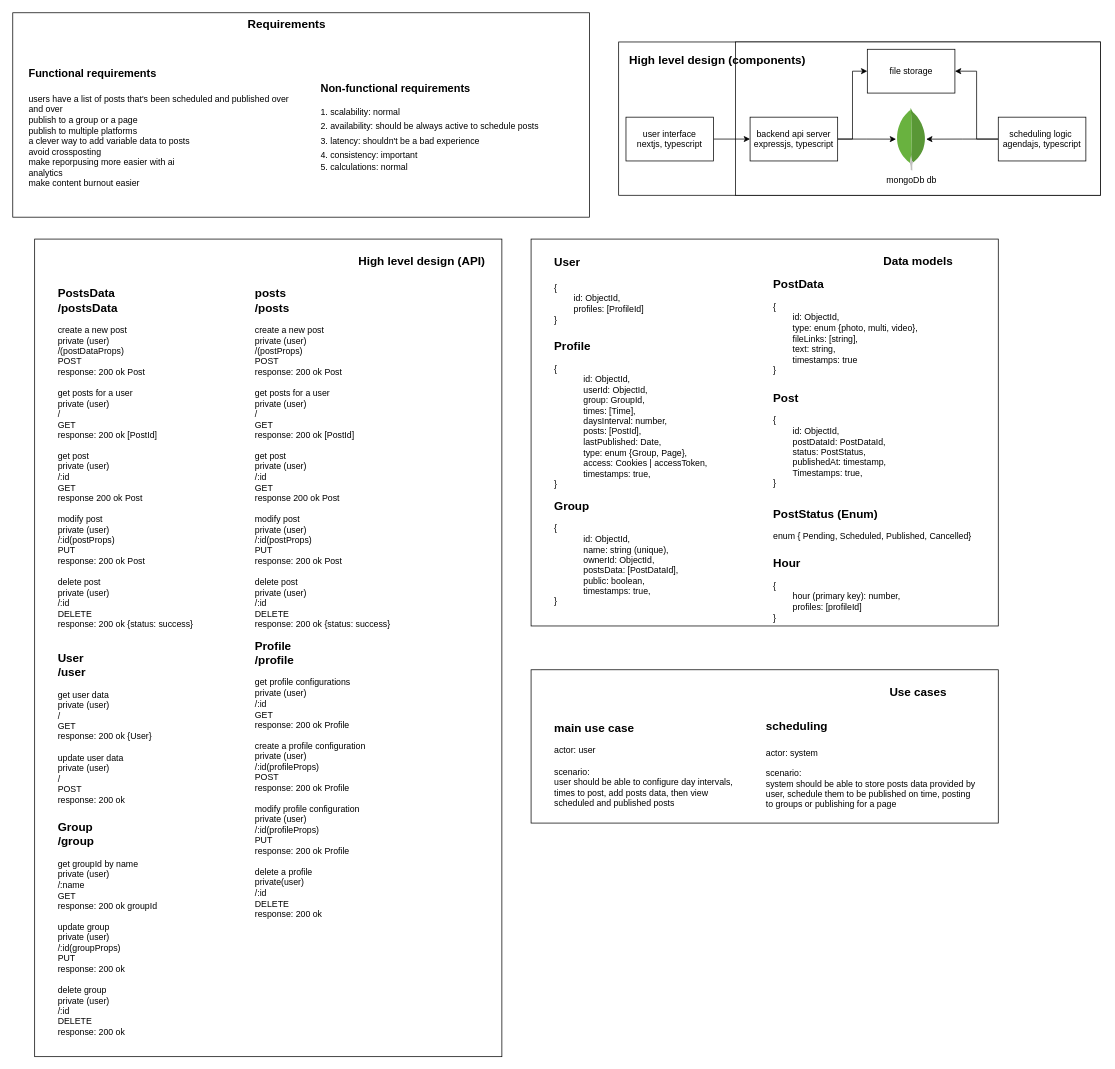
The draw.io diagram page "high-level" (1 of 4) of auto-post.drawio in ahmed-elbehairy7/pamylka-system-design, before the edit. Source tidied: cells renumbered, new cells numbered last; positions are measured from the earlier drawing's top-left corner, leaving out a move shared by most shapes. Both pictures are drawn from the tidied source at 73%, with x=0, y=0 at pixel (12, 12).
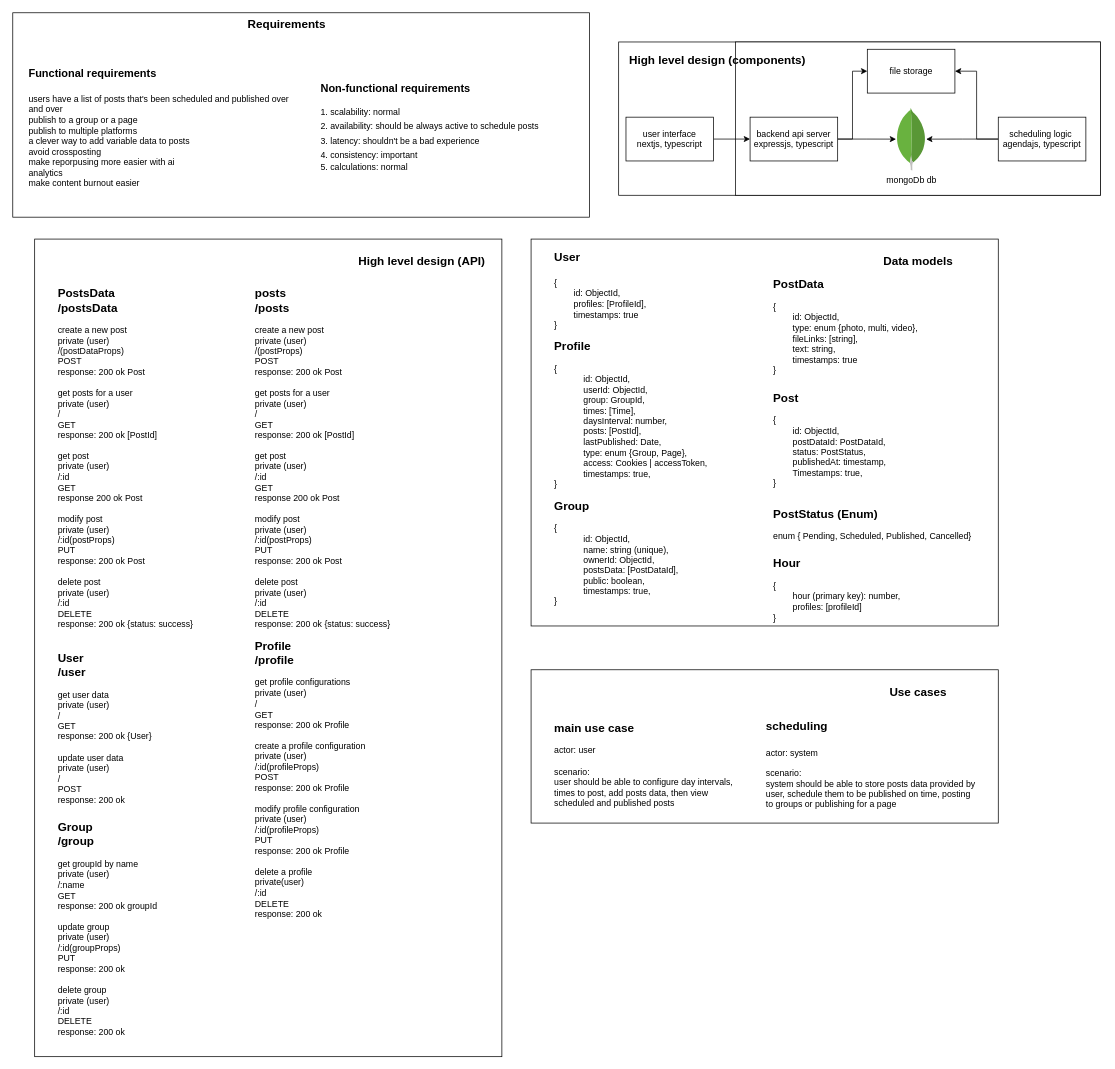
Above is the later version.

Unchanged cells that the change refers to:
```xml
<mxCell id="16" style="group;" parent="1" vertex="1">
  <mxGeometry x="30" y="310" width="640" height="1120" as="geometry" />
</mxCell>
<mxCell id="34" style="group;" parent="1" vertex="1">
  <mxGeometry x="710" y="310" width="640" height="560" as="geometry" />
</mxCell>
```

The edit, as a diff of the source:
```diff
@@
-    <mxCell id="20" value="&lt;div&gt;&lt;span style=&quot;font-size: 16px;&quot;&gt;&lt;b&gt;Profile&lt;/b&gt;&lt;/span&gt;&lt;/div&gt;&lt;div&gt;&lt;b style=&quot;font-size: 16px; background-color: transparent; color: light-dark(rgb(0, 0, 0), rgb(255, 255, 255));&quot;&gt;/profile&lt;/b&gt;&lt;/div&gt;&lt;div&gt;&lt;br&gt;&lt;/div&gt;&lt;div&gt;get profile configurations&lt;/div&gt;&lt;div&gt;&lt;span style=&quot;background-color: transparent; color: light-dark(rgb(0, 0, 0), rgb(255, 255, 255));&quot;&gt;private (user)&lt;/span&gt;&lt;/div&gt;&lt;div&gt;/:id&lt;/div&gt;&lt;div&gt;GET&lt;/div&gt;&lt;div&gt;response: 200 ok Profile&lt;/div&gt;&lt;div&gt;&lt;br&gt;&lt;/div&gt;&lt;div&gt;create a profile configuration&lt;/div&gt;&lt;div&gt;private (user)&lt;/div&gt;&lt;div&gt;/:id(profileProps)&lt;/div&gt;&lt;div&gt;POST&lt;/div&gt;&lt;div&gt;response: 200 ok Profile&lt;/div&gt;&lt;div&gt;&lt;br&gt;&lt;/div&gt;&lt;div&gt;&lt;div&gt;modify profile configuration&lt;/div&gt;&lt;div&gt;private (user)&lt;/div&gt;&lt;div&gt;/:id(profileProps)&lt;/div&gt;&lt;div&gt;PUT&lt;/div&gt;&lt;div&gt;response: 200 ok Profile&lt;/div&gt;&lt;div&gt;&lt;br&gt;&lt;/div&gt;&lt;div&gt;delete a profile&lt;/div&gt;&lt;div&gt;private(user)&lt;/div&gt;&lt;div&gt;/:id&lt;/div&gt;&lt;div&gt;DELETE&lt;/div&gt;&lt;div&gt;response: 200 ok&lt;/div&gt;&lt;/div&gt;" style="text;html=1;align=left;verticalAlign=middle;strokeColor=none;fillColor=none;" parent="16" vertex="1">
+    <mxCell id="20" value="&lt;div&gt;&lt;span style=&quot;font-size: 16px;&quot;&gt;&lt;b&gt;Profile&lt;/b&gt;&lt;/span&gt;&lt;/div&gt;&lt;div&gt;&lt;b style=&quot;font-size: 16px; background-color: transparent; color: light-dark(rgb(0, 0, 0), rgb(255, 255, 255));&quot;&gt;/profile&lt;/b&gt;&lt;/div&gt;&lt;div&gt;&lt;br&gt;&lt;/div&gt;&lt;div&gt;get profile configurations&lt;/div&gt;&lt;div&gt;&lt;span style=&quot;background-color: transparent; color: light-dark(rgb(0, 0, 0), rgb(255, 255, 255));&quot;&gt;private (user)&lt;/span&gt;&lt;/div&gt;&lt;div&gt;/&lt;/div&gt;&lt;div&gt;GET&lt;/div&gt;&lt;div&gt;response: 200 ok Profile&lt;/div&gt;&lt;div&gt;&lt;br&gt;&lt;/div&gt;&lt;div&gt;create a profile configuration&lt;/div&gt;&lt;div&gt;private (user)&lt;/div&gt;&lt;div&gt;/:id(profileProps)&lt;/div&gt;&lt;div&gt;POST&lt;/div&gt;&lt;div&gt;response: 200 ok Profile&lt;/div&gt;&lt;div&gt;&lt;br&gt;&lt;/div&gt;&lt;div&gt;&lt;div&gt;modify profile configuration&lt;/div&gt;&lt;div&gt;private (user)&lt;/div&gt;&lt;div&gt;/:id(profileProps)&lt;/div&gt;&lt;div&gt;PUT&lt;/div&gt;&lt;div&gt;response: 200 ok Profile&lt;/div&gt;&lt;div&gt;&lt;br&gt;&lt;/div&gt;&lt;div&gt;delete a profile&lt;/div&gt;&lt;div&gt;private(user)&lt;/div&gt;&lt;div&gt;/:id&lt;/div&gt;&lt;div&gt;DELETE&lt;/div&gt;&lt;div&gt;response: 200 ok&lt;/div&gt;&lt;/div&gt;" style="text;html=1;align=left;verticalAlign=middle;strokeColor=none;fillColor=none;" parent="16" vertex="1">
       <mxGeometry x="300" y="540" width="170" height="400" as="geometry" />
     </mxCell>
@@
-    <mxCell id="41" value="&lt;div&gt;&lt;span style=&quot;font-size: 16px;&quot;&gt;&lt;b&gt;User&lt;/b&gt;&lt;/span&gt;&lt;/div&gt;&lt;div&gt;&lt;span style=&quot;font-size: 16px;&quot;&gt;&lt;b&gt;&lt;br&gt;&lt;/b&gt;&lt;/span&gt;&lt;/div&gt;&lt;div&gt;{&lt;/div&gt;&lt;div&gt;&lt;span style=&quot;white-space: pre;&quot;&gt;&#9;&lt;/span&gt;id: ObjectId,&lt;/div&gt;&lt;div&gt;&lt;span style=&quot;white-space: pre;&quot;&gt;&lt;span style=&quot;white-space: pre;&quot;&gt;&#9;&lt;/span&gt;profiles: [ProfileId]&lt;/span&gt;&lt;/div&gt;&lt;div&gt;}&lt;/div&gt;" style="text;html=1;align=left;verticalAlign=middle;strokeColor=none;fillColor=none;" parent="34" vertex="1">
-      <mxGeometry x="30" y="15" width="150" height="110" as="geometry" />
+    <mxCell id="41" value="&lt;div&gt;&lt;span style=&quot;font-size: 16px;&quot;&gt;&lt;b&gt;User&lt;/b&gt;&lt;/span&gt;&lt;/div&gt;&lt;div&gt;&lt;span style=&quot;font-size: 16px;&quot;&gt;&lt;b&gt;&lt;br&gt;&lt;/b&gt;&lt;/span&gt;&lt;/div&gt;&lt;div&gt;{&lt;/div&gt;&lt;div&gt;&lt;span style=&quot;white-space: pre;&quot;&gt;&#9;&lt;/span&gt;id: ObjectId,&lt;/div&gt;&lt;div&gt;&lt;span style=&quot;white-space: pre;&quot;&gt;&lt;span style=&quot;white-space: pre;&quot;&gt;&#9;&lt;/span&gt;profiles: [ProfileId],&lt;/span&gt;&lt;/div&gt;&lt;div&gt;&lt;span style=&quot;white-space: pre;&quot;&gt;&#9;&lt;/span&gt;timestamps: true&lt;br&gt;&lt;/div&gt;&lt;div&gt;}&lt;/div&gt;" style="text;html=1;align=left;verticalAlign=middle;strokeColor=none;fillColor=none;" parent="34" vertex="1">
+      <mxGeometry x="30" y="10" width="150" height="120" as="geometry" />
     </mxCell>
```
